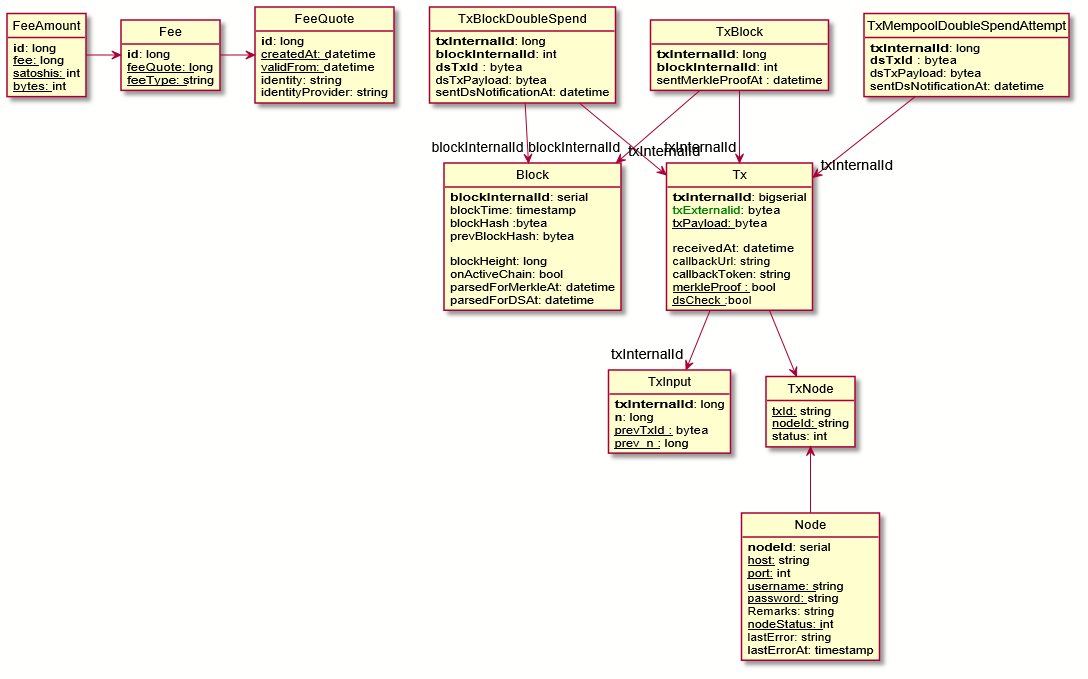
This is src/MerchantAPI/APIGateway/APIGateway.Database/Uml/out/APIGatewayUml/APIGatewayUml.png from bitcoin-sv/merchantapi-reference, a PlantUML export, as it was before one commit. Its source is kept beside it as src/MerchantAPI/APIGateway/APIGateway.Database/Uml/APIGatewayUml.puml.
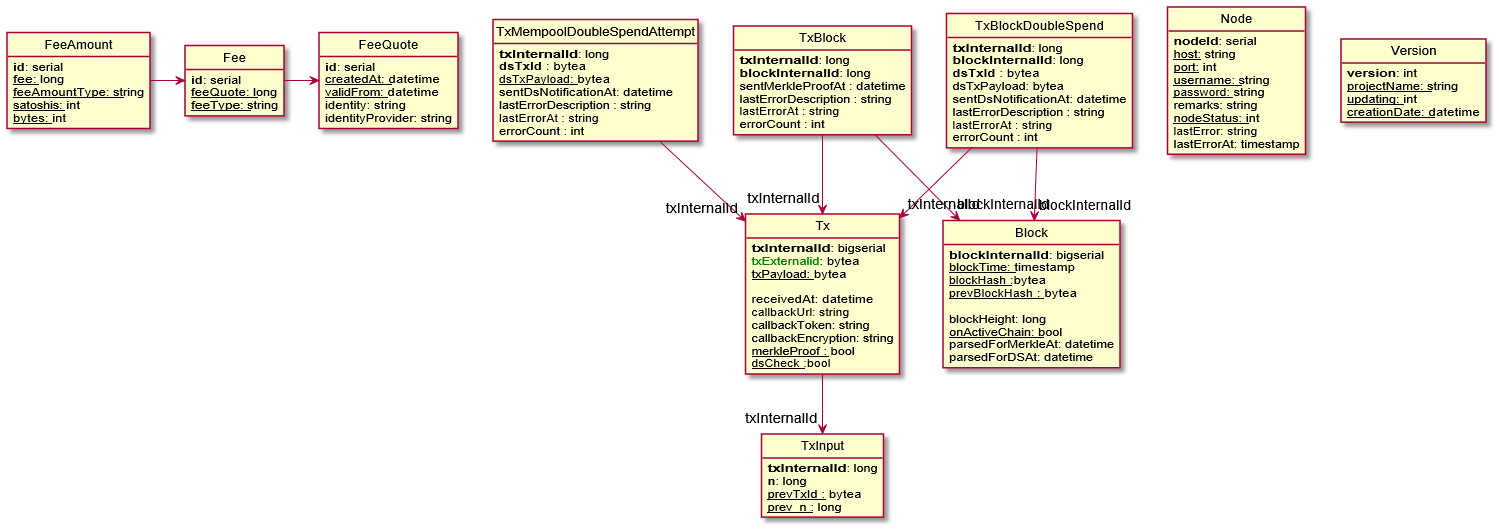
After the commit.

What changed in the source:
```diff
@@ -109,6 +109,7 @@
 class FeeAmount {
   primary_key(id): serial
   not_null(fee): long
+  not_null(feeAmountType): string
   not_null(satoshis): int
   not_null(bytes): int
 }
```
